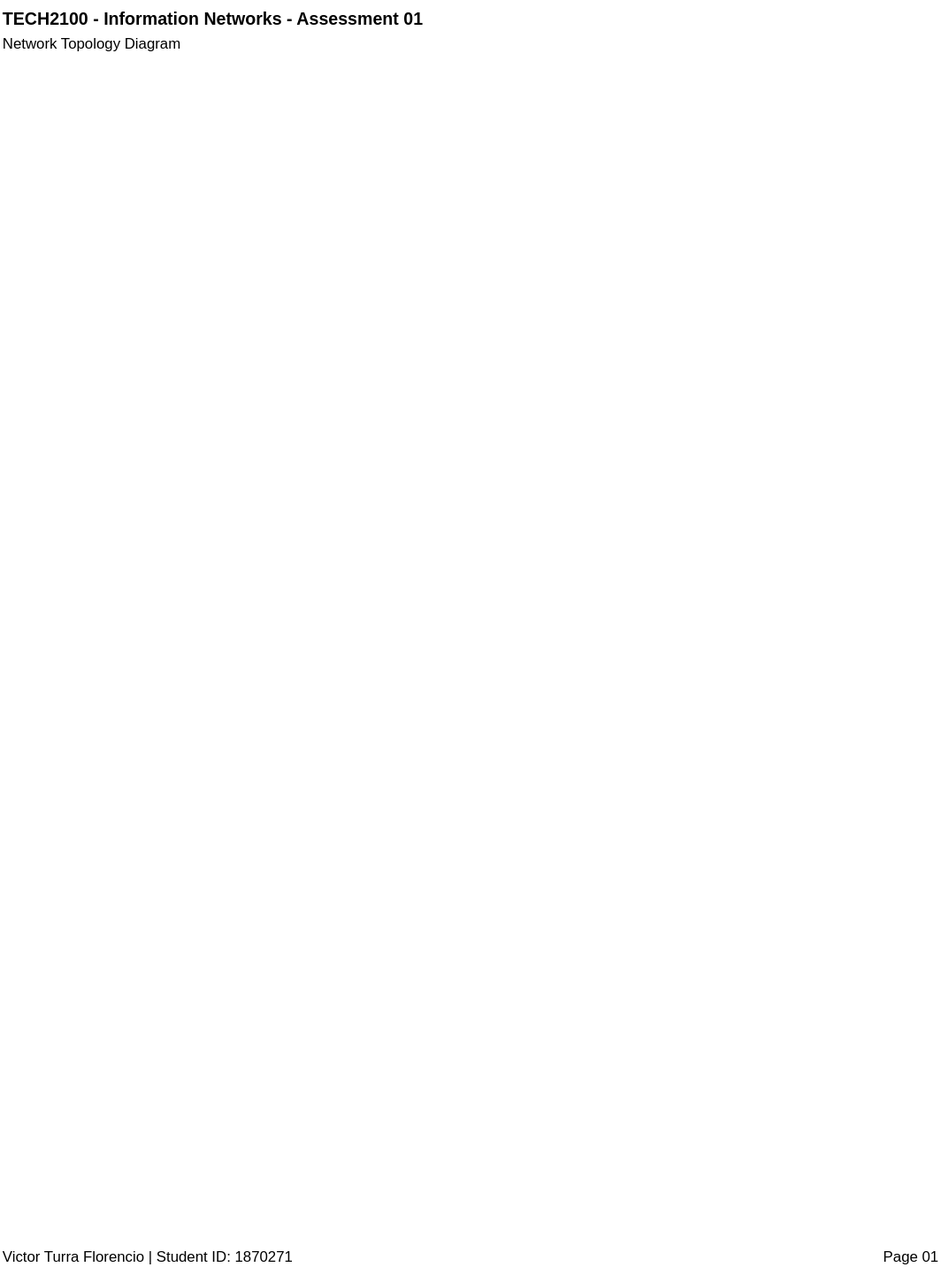
Above: masters/TECH2100/TECH2100 - ASS01 - Network Diagram.drawio.svg in VictorTurraF/til (draw.io), before the change. Source tidied: cells renumbered, new cells last; positions are measured from the earlier drawing's top-left corner, leaving out a move shared by most shapes.
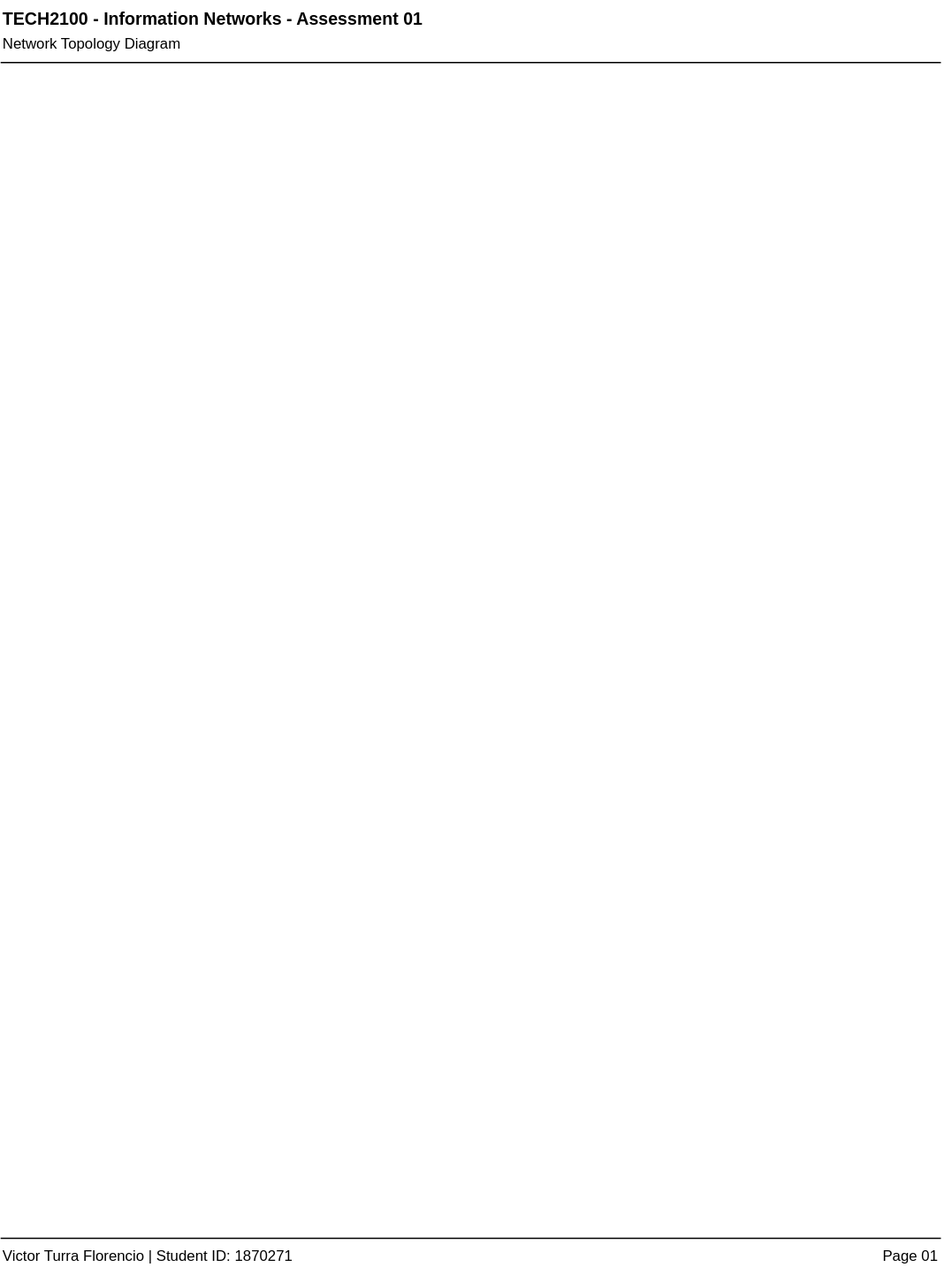
Later version of the same file.

What changed in the source:
```diff
@@ -15,5 +15,16 @@
     <mxCell id="6" value="Network Topology Diagram" style="text;html=1;whiteSpace=wrap;strokeColor=none;fillColor=none;align=left;verticalAlign=middle;rounded=0;fontColor=light-dark(#000000,#C2C2C2);" parent="2" vertex="1">
       <mxGeometry y="20" width="160" height="30" as="geometry" />
     </mxCell>
+    <mxCell id="7" style="edgeStyle=none;jettySize=auto;html=1;rounded=0;defaultLabelBackgroundColor=page;labelPadding=0 4;endArrow=none;endFill=0;entryX=1;entryY=0;entryDx=0;entryDy=0;" parent="2" edge="1" target="4">
+      <mxGeometry relative="1" as="geometry">
+        <mxPoint y="1000" as="sourcePoint" />
+      </mxGeometry>
+    </mxCell>
+    <mxCell id="8" style="edgeStyle=none;orthogonalLoop=1;jettySize=auto;html=1;rounded=0;defaultLabelBackgroundColor=page;labelPadding=0 4;endArrow=none;endFill=0;" parent="2" edge="1">
+      <mxGeometry relative="1" as="geometry">
+        <mxPoint y="50" as="sourcePoint" />
+        <mxPoint x="760" y="50" as="targetPoint" />
+      </mxGeometry>
+    </mxCell>
   </root>
 </mxGraphModel>
```
